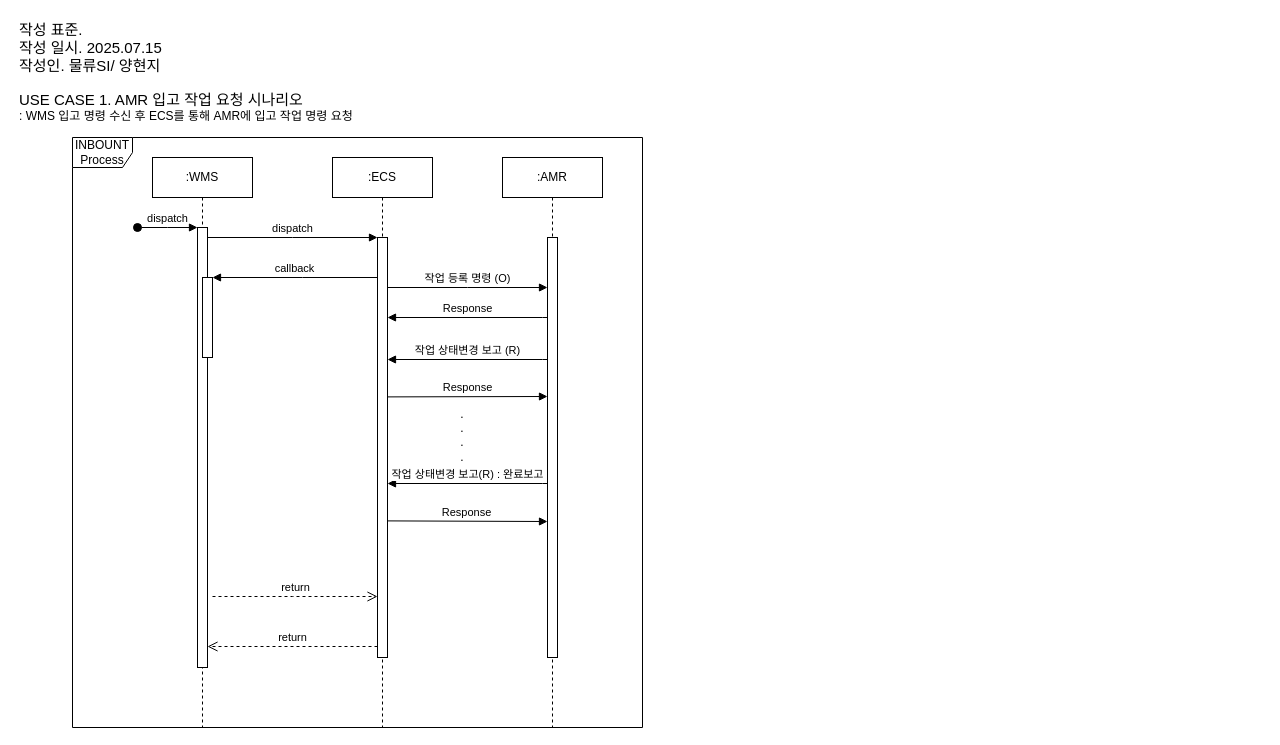
Earlier version of the draw.io diagram WMS_AMR_ECS.drawio (hjee02018/UML). Source tidied: cells renumbered, new cells numbered last; positions are measured from the earlier drawing's top-left corner, leaving out a move shared by most shapes. Both pictures are drawn from the tidied source at 100%, with x=0, y=0 at pixel (17, 17).
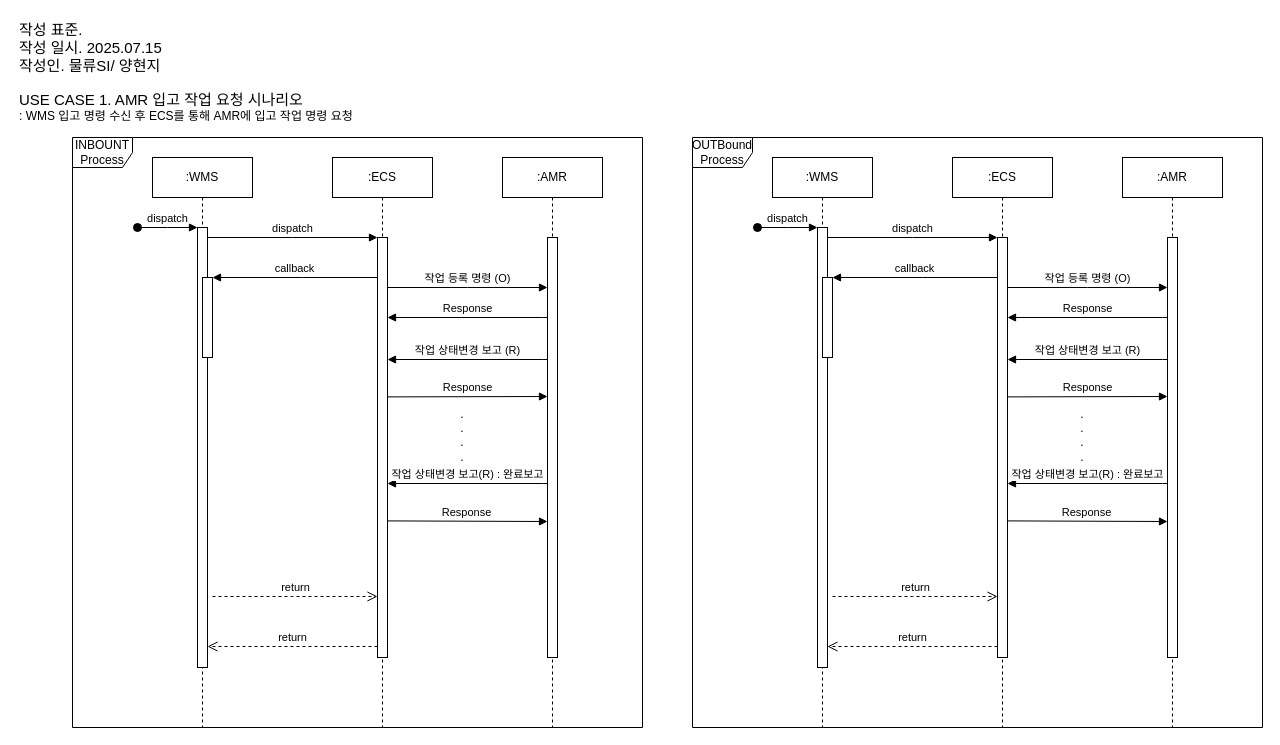
Above is the later version.

What changed in the source:
```diff
@@
+    <mxCell id="24" value="OUTBound Process" style="shape=umlFrame;whiteSpace=wrap;html=1;" parent="1" vertex="1">
+      <mxGeometry x="675" y="120" width="570" height="590" as="geometry" />
+    </mxCell>
+    <mxCell id="25" value=":WMS" style="shape=umlLifeline;perimeter=lifelinePerimeter;whiteSpace=wrap;html=1;newEdgeStyle={&quot;edgeStyle&quot;:&quot;elbowEdgeStyle&quot;,&quot;elbow&quot;:&quot;vertical&quot;,&quot;curved&quot;:0,&quot;rounded&quot;:0};" parent="1" vertex="1">
+      <mxGeometry x="755" y="140" width="100" height="570" as="geometry" />
+    </mxCell>
+    <mxCell id="26" style="html=1;points=[];perimeter=orthogonalPerimeter;outlineConnect=0;targetShapes=umlLifeline;portConstraint=eastwest;newEdgeStyle={&quot;edgeStyle&quot;:&quot;elbowEdgeStyle&quot;,&quot;elbow&quot;:&quot;vertical&quot;,&quot;curved&quot;:0,&quot;rounded&quot;:0};" parent="25" vertex="1">
+      <mxGeometry x="45" y="70" width="10" height="440" as="geometry" />
+    </mxCell>
+    <mxCell id="27" value="dispatch" style="html=1;verticalAlign=bottom;startArrow=oval;endArrow=block;startSize=8;edgeStyle=elbowEdgeStyle;elbow=vertical;curved=0;rounded=0;" parent="25" edge="1" target="26">
+      <mxGeometry relative="1" as="geometry">
+        <mxPoint x="-15" y="70" as="sourcePoint" />
+      </mxGeometry>
+    </mxCell>
+    <mxCell id="28" style="html=1;points=[];perimeter=orthogonalPerimeter;outlineConnect=0;targetShapes=umlLifeline;portConstraint=eastwest;newEdgeStyle={&quot;edgeStyle&quot;:&quot;elbowEdgeStyle&quot;,&quot;elbow&quot;:&quot;vertical&quot;,&quot;curved&quot;:0,&quot;rounded&quot;:0};" parent="25" vertex="1">
+      <mxGeometry x="50" y="120" width="10" height="80" as="geometry" />
+    </mxCell>
+    <mxCell id="29" value=":ECS" style="shape=umlLifeline;perimeter=lifelinePerimeter;whiteSpace=wrap;html=1;newEdgeStyle={&quot;edgeStyle&quot;:&quot;elbowEdgeStyle&quot;,&quot;elbow&quot;:&quot;vertical&quot;,&quot;curved&quot;:0,&quot;rounded&quot;:0};" parent="1" vertex="1">
+      <mxGeometry x="935" y="140" width="100" height="570" as="geometry" />
+    </mxCell>
+    <mxCell id="30" style="html=1;points=[];perimeter=orthogonalPerimeter;outlineConnect=0;targetShapes=umlLifeline;portConstraint=eastwest;newEdgeStyle={&quot;edgeStyle&quot;:&quot;elbowEdgeStyle&quot;,&quot;elbow&quot;:&quot;vertical&quot;,&quot;curved&quot;:0,&quot;rounded&quot;:0};" parent="29" vertex="1">
+      <mxGeometry x="45" y="80" width="10" height="420" as="geometry" />
+    </mxCell>
+    <mxCell id="31" value="dispatch" style="html=1;verticalAlign=bottom;endArrow=block;edgeStyle=elbowEdgeStyle;elbow=vertical;curved=0;rounded=0;" parent="1" edge="1" source="26" target="30">
+      <mxGeometry relative="1" as="geometry">
+        <Array as="points">
+          <mxPoint x="895" y="220" />
+        </Array>
+      </mxGeometry>
+    </mxCell>
+    <mxCell id="32" value="return" style="html=1;verticalAlign=bottom;endArrow=open;dashed=1;endSize=8;edgeStyle=elbowEdgeStyle;elbow=vertical;curved=0;rounded=0;" parent="1" edge="1">
+      <mxGeometry relative="1" as="geometry">
+        <mxPoint x="980" y="629" as="sourcePoint" />
+        <mxPoint x="810" y="629" as="targetPoint" />
+        <Array as="points">
+          <mxPoint x="905" y="629" />
+        </Array>
+      </mxGeometry>
+    </mxCell>
+    <mxCell id="33" value="callback" style="html=1;verticalAlign=bottom;endArrow=block;edgeStyle=elbowEdgeStyle;elbow=vertical;curved=0;rounded=0;" parent="1" edge="1" source="30" target="28">
+      <mxGeometry relative="1" as="geometry">
+        <Array as="points">
+          <mxPoint x="905" y="260" />
+        </Array>
+      </mxGeometry>
+    </mxCell>
+    <mxCell id="34" value="return" style="html=1;verticalAlign=bottom;endArrow=open;dashed=1;endSize=8;edgeStyle=elbowEdgeStyle;elbow=vertical;curved=0;rounded=0;" parent="1" edge="1">
+      <mxGeometry relative="1" as="geometry">
+        <mxPoint x="815" y="579" as="sourcePoint" />
+        <mxPoint x="980" y="579" as="targetPoint" />
+        <Array as="points">
+          <mxPoint x="895" y="579" />
+        </Array>
+      </mxGeometry>
+    </mxCell>
+    <mxCell id="35" value=":AMR" style="shape=umlLifeline;perimeter=lifelinePerimeter;whiteSpace=wrap;html=1;newEdgeStyle={&quot;edgeStyle&quot;:&quot;elbowEdgeStyle&quot;,&quot;elbow&quot;:&quot;vertical&quot;,&quot;curved&quot;:0,&quot;rounded&quot;:0};" parent="1" vertex="1">
+      <mxGeometry x="1105" y="140" width="100" height="570" as="geometry" />
+    </mxCell>
+    <mxCell id="36" style="html=1;points=[];perimeter=orthogonalPerimeter;outlineConnect=0;targetShapes=umlLifeline;portConstraint=eastwest;newEdgeStyle={&quot;edgeStyle&quot;:&quot;elbowEdgeStyle&quot;,&quot;elbow&quot;:&quot;vertical&quot;,&quot;curved&quot;:0,&quot;rounded&quot;:0};" parent="35" vertex="1">
+      <mxGeometry x="45" y="80" width="10" height="420" as="geometry" />
+    </mxCell>
+    <mxCell id="37" value="작업 등록 명령 (O)" style="html=1;verticalAlign=bottom;endArrow=block;edgeStyle=elbowEdgeStyle;elbow=vertical;curved=0;rounded=0;" parent="1" edge="1" source="30" target="36">
+      <mxGeometry relative="1" as="geometry">
+        <Array as="points">
+          <mxPoint x="1070" y="270" />
+        </Array>
+      </mxGeometry>
+    </mxCell>
+    <mxCell id="38" value="Response" style="html=1;verticalAlign=bottom;endArrow=block;edgeStyle=elbowEdgeStyle;elbow=vertical;curved=0;rounded=0;" parent="1" edge="1" source="36" target="30">
+      <mxGeometry relative="1" as="geometry">
+        <Array as="points">
+          <mxPoint x="1145" y="300" />
+        </Array>
+      </mxGeometry>
+    </mxCell>
+    <mxCell id="39" value="작업 상태변경 보고 (R)" style="html=1;verticalAlign=bottom;endArrow=block;edgeStyle=elbowEdgeStyle;elbow=vertical;curved=0;rounded=0;" parent="1" edge="1">
+      <mxGeometry relative="1" as="geometry">
+        <mxPoint x="1150" y="342" as="sourcePoint" />
+        <mxPoint x="990" y="342" as="targetPoint" />
+        <Array as="points">
+          <mxPoint x="1145" y="342" />
+        </Array>
+      </mxGeometry>
+    </mxCell>
+    <mxCell id="40" value="Response" style="html=1;verticalAlign=bottom;endArrow=block;edgeStyle=elbowEdgeStyle;elbow=vertical;curved=0;rounded=0;" parent="1" edge="1" target="36">
+      <mxGeometry relative="1" as="geometry">
+        <mxPoint x="990" y="379.4" as="sourcePoint" />
+      </mxGeometry>
+    </mxCell>
+    <mxCell id="41" value=".&lt;div&gt;.&lt;/div&gt;&lt;div&gt;.&lt;/div&gt;&lt;div&gt;.&lt;/div&gt;&lt;div&gt;&lt;br&gt;&lt;/div&gt;" style="text;html=1;align=center;verticalAlign=middle;whiteSpace=wrap;rounded=0;" parent="1" vertex="1">
+      <mxGeometry x="1035" y="410" width="60" height="30" as="geometry" />
+    </mxCell>
+    <mxCell id="42" value="작업 상태변경 보고(R) : 완료보고" style="html=1;verticalAlign=bottom;endArrow=block;edgeStyle=elbowEdgeStyle;elbow=vertical;curved=0;rounded=0;" parent="1" edge="1">
+      <mxGeometry relative="1" as="geometry">
+        <mxPoint x="1150" y="466" as="sourcePoint" />
+        <mxPoint x="990" y="466" as="targetPoint" />
+        <Array as="points">
+          <mxPoint x="1145" y="466" />
+        </Array>
+      </mxGeometry>
+    </mxCell>
+    <mxCell id="43" value="Response" style="html=1;verticalAlign=bottom;endArrow=block;edgeStyle=elbowEdgeStyle;elbow=vertical;curved=0;rounded=0;" parent="1" edge="1">
+      <mxGeometry relative="1" as="geometry">
+        <mxPoint x="990" y="503.4" as="sourcePoint" />
+        <mxPoint x="1150" y="504" as="targetPoint" />
+      </mxGeometry>
+    </mxCell>
```
